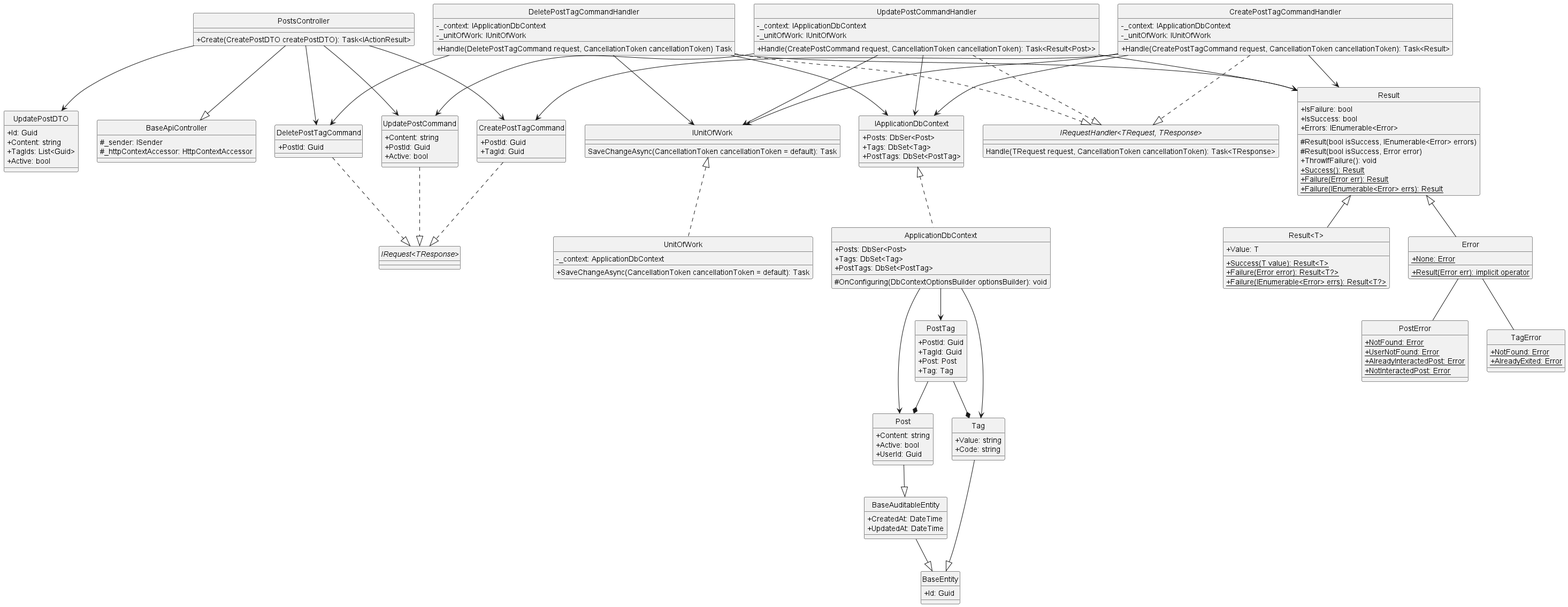
The PlantUML diagram docs/Class Diagram/Post/Post/UpdatePost/ClassDiagram/updatePost.png in Carl-Johnsons/Chat-Application, before a commit.
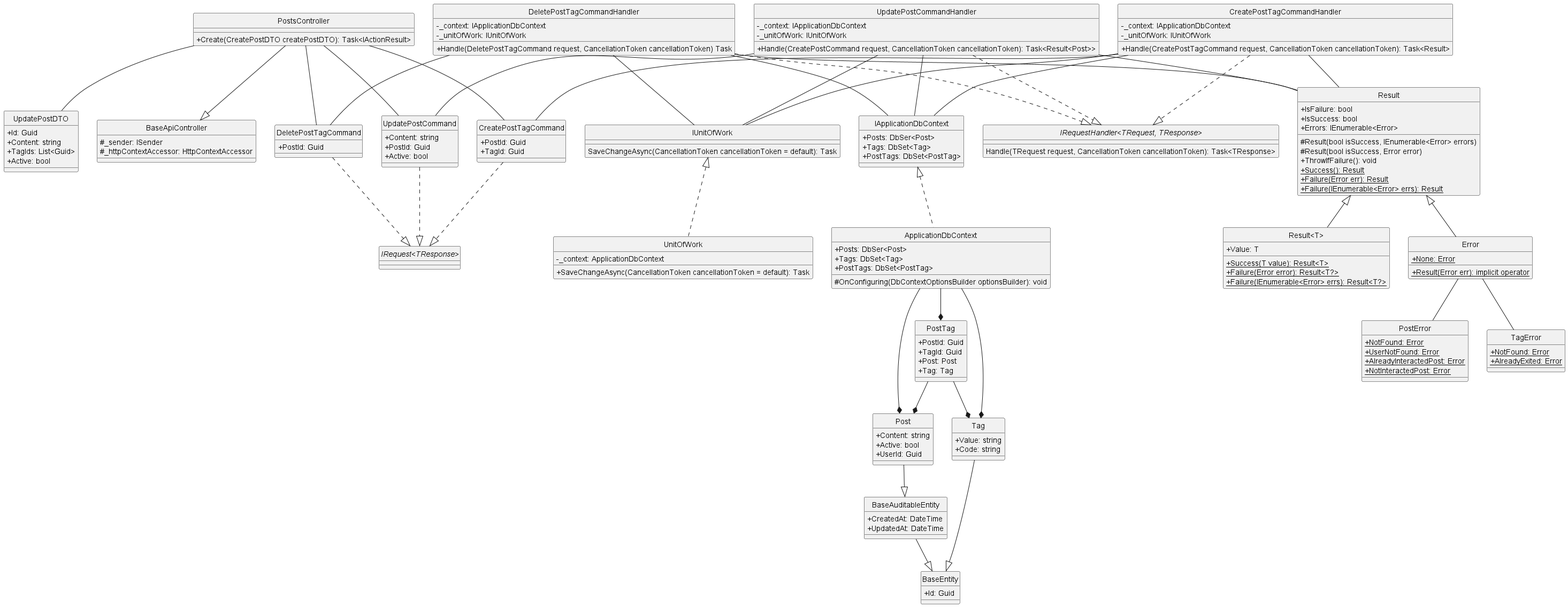
Later version of the same file.

The edit, as a diff of the source:
```diff
@@ -142,10 +142,10 @@
 }
 
 PostsController --|> BaseApiController
-PostsController --> UpdatePostCommand
-PostsController --> UpdatePostDTO
-PostsController --> DeletePostTagCommand
-PostsController --> CreatePostTagCommand
+PostsController -- UpdatePostCommand
+PostsController -- UpdatePostDTO
+PostsController -- DeletePostTagCommand
+PostsController -- CreatePostTagCommand
 UpdatePostCommand ..|> "IRequest<TResponse>"
 UpdatePostCommandHandler ..|> "IRequestHandler<TRequest, TResponse>"
 DeletePostTagCommand ..|> "IRequest<TResponse>"
@@ -153,18 +153,18 @@
 CreatePostTagCommand ..|> "IRequest<TResponse>"
 CreatePostTagCommandHandler ..|> "IRequestHandler<TRequest, TResponse>"
 
-UpdatePostCommandHandler --> UpdatePostCommand
-UpdatePostCommandHandler --> Result
-UpdatePostCommandHandler --> IUnitOfWork
-UpdatePostCommandHandler --> IApplicationDbContext
-DeletePostTagCommandHandler --> DeletePostTagCommand
-DeletePostTagCommandHandler --> Result
-DeletePostTagCommandHandler --> IUnitOfWork
-DeletePostTagCommandHandler --> IApplicationDbContext
-CreatePostTagCommandHandler --> CreatePostTagCommand
-CreatePostTagCommandHandler --> Result
-CreatePostTagCommandHandler --> IUnitOfWork
-CreatePostTagCommandHandler --> IApplicationDbContext
+UpdatePostCommandHandler -- UpdatePostCommand
+UpdatePostCommandHandler -- Result
+UpdatePostCommandHandler -- IUnitOfWork
+UpdatePostCommandHandler -- IApplicationDbContext
+DeletePostTagCommandHandler -- DeletePostTagCommand
+DeletePostTagCommandHandler -- Result
+DeletePostTagCommandHandler -- IUnitOfWork
+DeletePostTagCommandHandler -- IApplicationDbContext
+CreatePostTagCommandHandler -- CreatePostTagCommand
+CreatePostTagCommandHandler -- Result
+CreatePostTagCommandHandler -- IUnitOfWork
+CreatePostTagCommandHandler -- IApplicationDbContext
 Result <|-- Error
 Result <|-- "Result<T>"
 Error -- TagError
@@ -176,7 +176,7 @@
 PostTag --* Tag
 IUnitOfWork <|.. UnitOfWork
 IApplicationDbContext <|.. ApplicationDbContext
-ApplicationDbContext --> Tag
-ApplicationDbContext --> Post
-ApplicationDbContext --> PostTag
+ApplicationDbContext --* Tag
+ApplicationDbContext --* Post
+ApplicationDbContext --* PostTag
 @enduml
```
